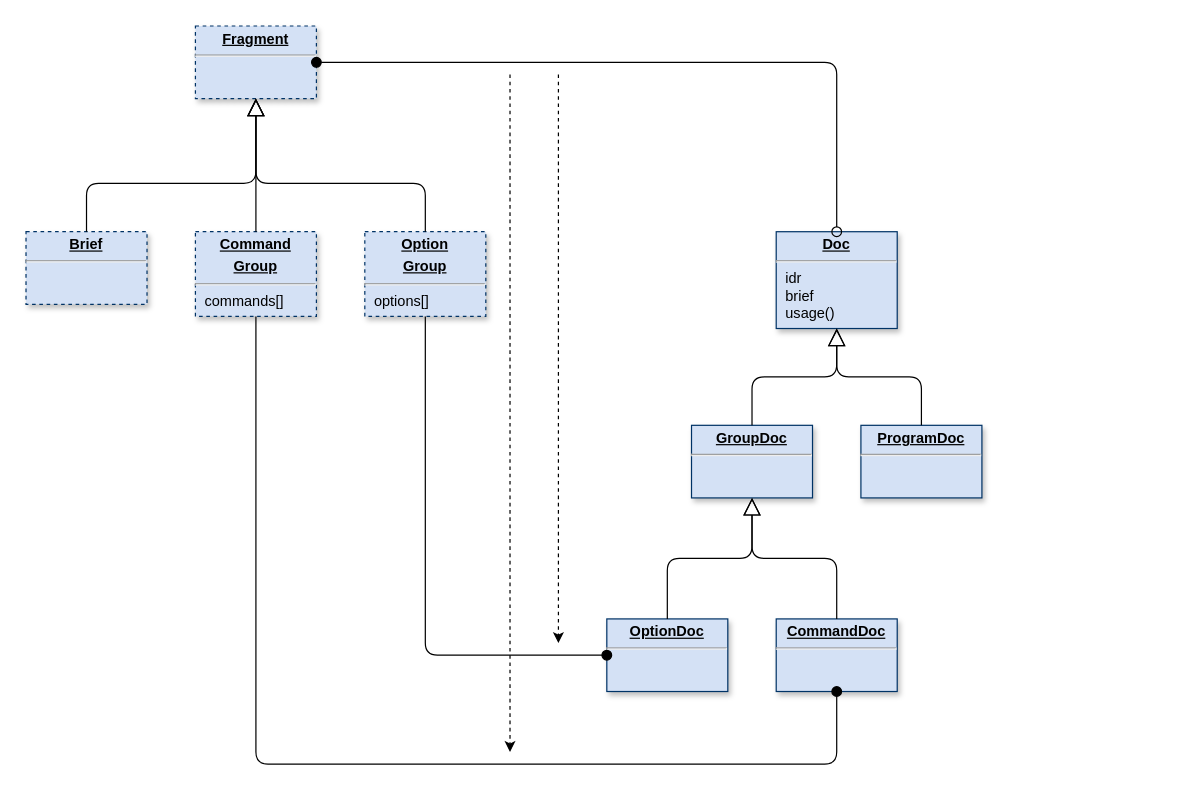
Above: page "Doc" (3 of 5) of doc/diagram.drawio in clrgit/shellopts (draw.io), before the change. Source tidied: cells renumbered, new cells numbered last; positions are measured from the earlier drawing's top-left corner, leaving out a move shared by most shapes. Both pictures are drawn from the tidied source at 121%, with x=0, y=0 at pixel (25, 25).
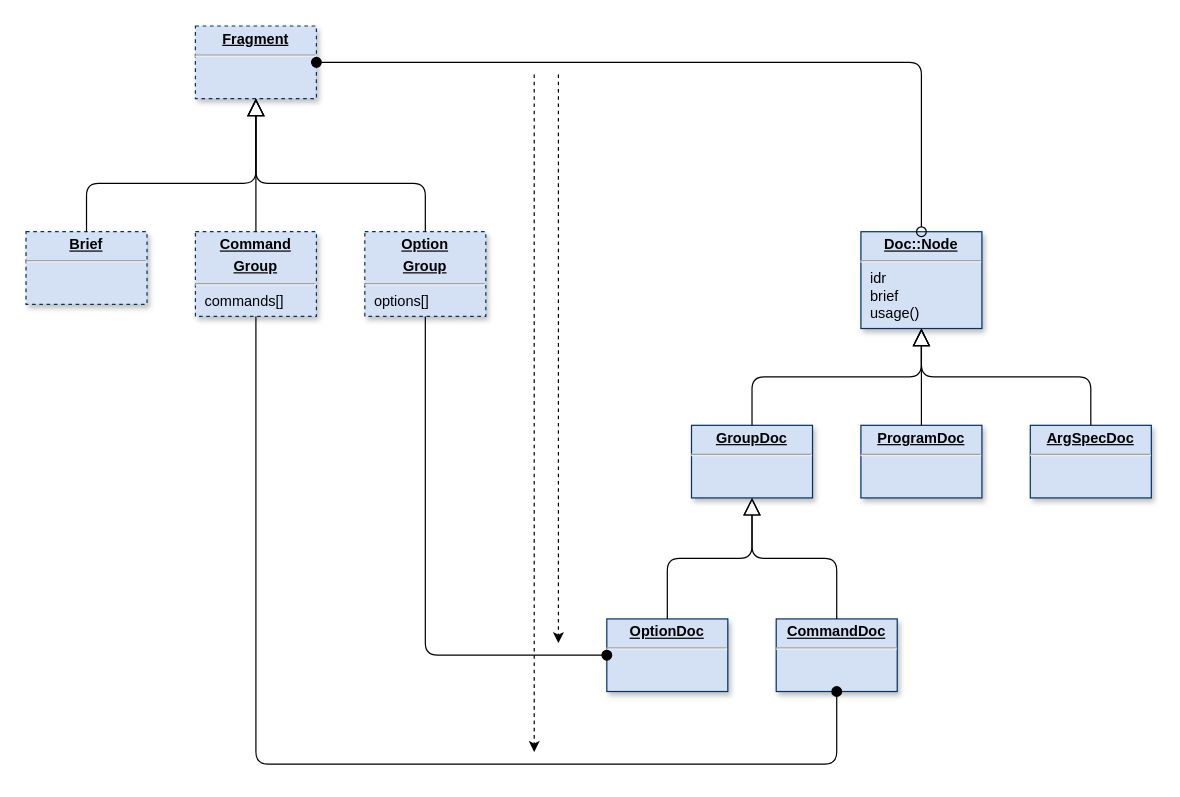
The same page after the edit.

Unchanged cells that the change refers to:
```xml
<mxCell id="2" value="&lt;p style=&quot;margin: 0px ; margin-top: 4px ; text-align: center ; text-decoration: underline&quot;&gt;&lt;b&gt;Fragment&lt;/b&gt;&lt;/p&gt;&lt;hr&gt;&lt;p style=&quot;margin: 0px ; margin-left: 8px&quot;&gt;&lt;br&gt;&lt;/p&gt;" style="verticalAlign=top;align=left;overflow=fill;fontSize=12;fontFamily=Helvetica;html=1;shadow=1;strokeColor=#003366;fillColor=#D4E1F5;dashed=1;" parent="1" vertex="1">
  <mxGeometry x="140" width="100" height="60" as="geometry" />
</mxCell>
<mxCell id="15" value="&lt;p style=&quot;margin: 0px ; margin-top: 4px ; text-align: center ; text-decoration: underline&quot;&gt;&lt;b&gt;ProgramDoc&lt;/b&gt;&lt;/p&gt;&lt;hr&gt;&lt;p style=&quot;margin: 0px ; margin-left: 8px&quot;&gt;&lt;br&gt;&lt;/p&gt;" style="verticalAlign=top;align=left;overflow=fill;fontSize=12;fontFamily=Helvetica;html=1;shadow=1;strokeColor=#003366;fillColor=#D4E1F5;" parent="1" vertex="1">
  <mxGeometry x="690" y="330" width="100" height="60" as="geometry" />
</mxCell>
<mxCell id="25" value="&lt;p style=&quot;margin: 0px ; margin-top: 4px ; text-align: center ; text-decoration: underline&quot;&gt;&lt;b&gt;GroupDoc&lt;/b&gt;&lt;/p&gt;&lt;hr&gt;&lt;p style=&quot;margin: 0px ; margin-left: 8px&quot;&gt;&lt;br&gt;&lt;/p&gt;" style="verticalAlign=top;align=left;overflow=fill;fontSize=12;fontFamily=Helvetica;html=1;shadow=1;strokeColor=#003366;fillColor=#D4E1F5;" parent="1" vertex="1">
  <mxGeometry x="550" y="330" width="100" height="60" as="geometry" />
</mxCell>
```

Diff of the diagram source:
```diff
@@
-    <mxCell id="9" value="&lt;p style=&quot;margin: 0px ; margin-top: 4px ; text-align: center ; text-decoration: underline&quot;&gt;&lt;b&gt;Doc&lt;/b&gt;&lt;/p&gt;&lt;hr&gt;&lt;p style=&quot;margin: 0px ; margin-left: 8px&quot;&gt;idr&lt;/p&gt;&lt;p style=&quot;margin: 0px ; margin-left: 8px&quot;&gt;brief&lt;/p&gt;&lt;p style=&quot;margin: 0px ; margin-left: 8px&quot;&gt;usage()&lt;/p&gt;" style="verticalAlign=top;align=left;overflow=fill;fontSize=12;fontFamily=Helvetica;html=1;shadow=1;strokeColor=#003366;fillColor=#D4E1F5;" parent="1" vertex="1">
-      <mxGeometry x="620" y="170" width="100" height="80" as="geometry" />
+    <mxCell id="9" value="&lt;p style=&quot;margin: 0px ; margin-top: 4px ; text-align: center ; text-decoration: underline&quot;&gt;&lt;b&gt;Doc::Node&lt;/b&gt;&lt;/p&gt;&lt;hr&gt;&lt;p style=&quot;margin: 0px ; margin-left: 8px&quot;&gt;idr&lt;/p&gt;&lt;p style=&quot;margin: 0px ; margin-left: 8px&quot;&gt;brief&lt;/p&gt;&lt;p style=&quot;margin: 0px ; margin-left: 8px&quot;&gt;usage()&lt;/p&gt;" style="verticalAlign=top;align=left;overflow=fill;fontSize=12;fontFamily=Helvetica;html=1;shadow=1;strokeColor=#003366;fillColor=#D4E1F5;" parent="1" vertex="1">
+      <mxGeometry x="690" y="170" width="100" height="80" as="geometry" />
     </mxCell>
     <mxCell id="10" style="endArrow=oval;endSize=8;startArrow=oval;startSize=8;startFill=0;edgeStyle=orthogonalEdgeStyle;html=1;endFill=1;labelBackgroundColor=#FFFFFF;" parent="1" edge="1" source="9" target="2">
       <mxGeometry x="1770" y="335" as="geometry">
         <Array as="points">
-          <mxPoint x="670" y="30" />
+          <mxPoint x="740" y="30" />
         </Array>
       </mxGeometry>
     </mxCell>
@@
     <mxCell id="23" style="endArrow=classic;html=1;dashed=1;labelBackgroundColor=#FFFFFF;" parent="1" edge="1">
       <mxGeometry relative="1" as="geometry">
-        <mxPoint x="400" y="40" as="sourcePoint" />
-        <mxPoint x="400" y="600" as="targetPoint" />
+        <mxPoint x="420" y="40" as="sourcePoint" />
+        <mxPoint x="420" y="600" as="targetPoint" />
       </mxGeometry>
     </mxCell>
     <mxCell id="24" style="endArrow=block;endFill=0;endSize=12;html=1;edgeStyle=orthogonalEdgeStyle;labelBackgroundColor=#FFFFFF;" parent="1" edge="1" source="15" target="9">
       <mxGeometry relative="1" as="geometry">
         <Array as="points">
-          <mxPoint x="740" y="290" />
-          <mxPoint x="670" y="290" />
+          <mxPoint x="740" y="270" />
+          <mxPoint x="740" y="270" />
         </Array>
       </mxGeometry>
     </mxCell>
@@
     <mxCell id="26" style="endArrow=block;endFill=0;endSize=12;html=1;edgeStyle=orthogonalEdgeStyle;labelBackgroundColor=#FFFFFF;" parent="1" edge="1" source="25" target="9">
-      <mxGeometry relative="1" as="geometry" />
+      <mxGeometry relative="1" as="geometry">
+        <Array as="points">
+          <mxPoint x="600" y="290" />
+          <mxPoint x="740" y="290" />
+        </Array>
+      </mxGeometry>
     </mxCell>
@@
+    <mxCell id="29" value="&lt;p style=&quot;margin: 0px ; margin-top: 4px ; text-align: center ; text-decoration: underline&quot;&gt;&lt;b&gt;ArgSpecDoc&lt;/b&gt;&lt;/p&gt;&lt;hr&gt;&lt;p style=&quot;margin: 0px ; margin-left: 8px&quot;&gt;&lt;br&gt;&lt;/p&gt;" style="verticalAlign=top;align=left;overflow=fill;fontSize=12;fontFamily=Helvetica;html=1;shadow=1;strokeColor=#003366;fillColor=#D4E1F5;" parent="1" vertex="1">
+      <mxGeometry x="830" y="330" width="100" height="60" as="geometry" />
+    </mxCell>
+    <mxCell id="30" style="endArrow=block;endFill=0;endSize=12;html=1;edgeStyle=orthogonalEdgeStyle;labelBackgroundColor=#FFFFFF;" parent="1" edge="1" source="29" target="9">
+      <mxGeometry relative="1" as="geometry">
+        <Array as="points">
+          <mxPoint x="880" y="290" />
+          <mxPoint x="740" y="290" />
+        </Array>
+      </mxGeometry>
+    </mxCell>
```
